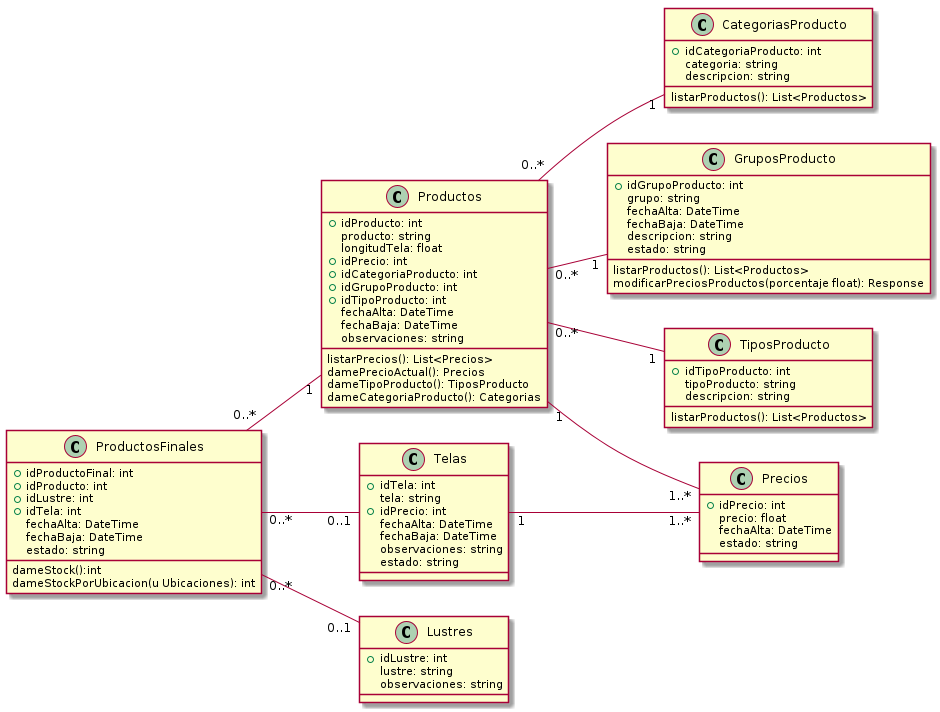
The PlantUML diagram Informe Final/Imagenes/DiagramaClases/Vistas/vistaProductos.png in ZMGestion/DocumentacionZMGestion, before a commit.
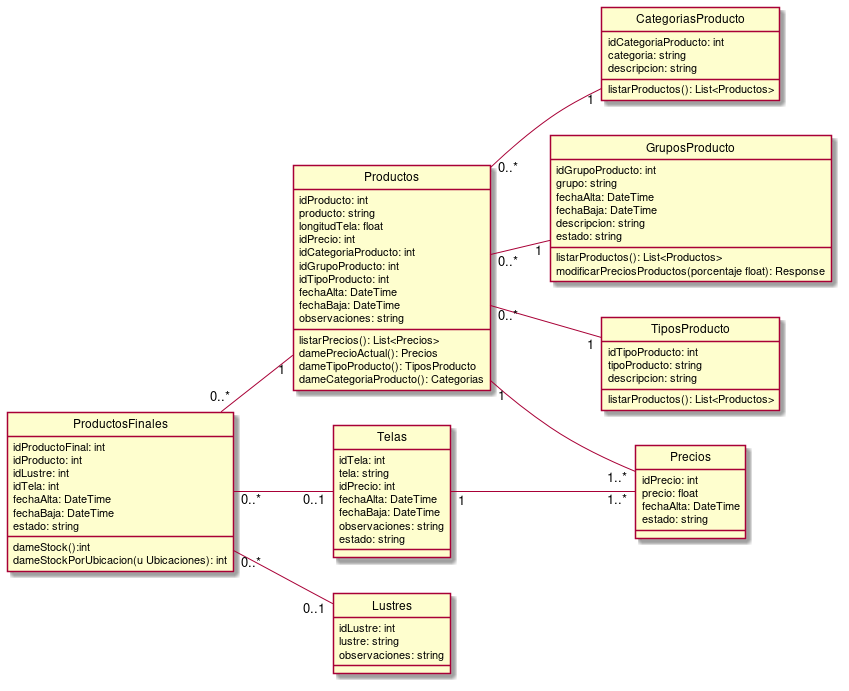
The same file after the commit.

Change to the diagram source:
```diff
@@ -1,80 +1,12 @@
 @startuml vistaProductos
-class Productos{
-    +idProducto: int
-    producto: string
-    longitudTela: float
-    +idPrecio: int
-    +idCategoriaProducto: int
-    +idGrupoProducto: int
-    +idTipoProducto: int
-    fechaAlta: DateTime
-    fechaBaja: DateTime
-    observaciones: string
-
-    listarPrecios(): List<Precios>
-    damePrecioActual(): Precios
-    dameTipoProducto(): TiposProducto
-    dameCategoriaProducto(): Categorias
-}
-class CategoriasProducto{
-    +idCategoriaProducto: int
-    categoria: string
-    descripcion: string
-
-    listarProductos(): List<Productos>
-}
-class GruposProducto{
-    +idGrupoProducto: int
-    grupo: string
-    fechaAlta: DateTime
-    fechaBaja: DateTime
-    descripcion: string
-    estado: string
-
-    listarProductos(): List<Productos>
-    modificarPreciosProductos(porcentaje float): Response
-}
-class Telas{
-    +idTela: int
-    tela: string
-    +idPrecio: int
-    fechaAlta: DateTime
-    fechaBaja: DateTime
-    observaciones: string
-    estado: string
-}
-class Lustres{
-    +idLustre: int
-    lustre: string
-    observaciones: string
-}
-class Precios{
-    +idPrecio: int
-    precio: float
-    fechaAlta: DateTime
-    estado: string
-}
-class ProductosFinales{
-    +idProductoFinal: int
-    +idProducto: int
-    +idLustre: int
-    +idTela: int
-    fechaAlta: DateTime
-    fechaBaja: DateTime
-    estado: string
-
-    dameStock():int
-    dameStockPorUbicacion(u Ubicaciones): int
-
-
-}
-class TiposProducto{
-    +idTipoProducto: int
-    tipoProducto: string
-    descripcion: string
-
-    listarProductos(): List<Productos>
-}
+!include ./Clases/Productos.puml
+!include ./Clases/CategoriasProducto.puml
+!include ./Clases/GruposProducto.puml
+!include ./Clases/Telas.puml
+!include ./Clases/Lustres.puml
+!include ./Clases/Precios.puml
+!include ./Clases/ProductosFinales.puml
+!include ./Clases/TiposProducto.puml
 
 left to right direction
 Productos "0..*" -- "1" CategoriasProducto
```
